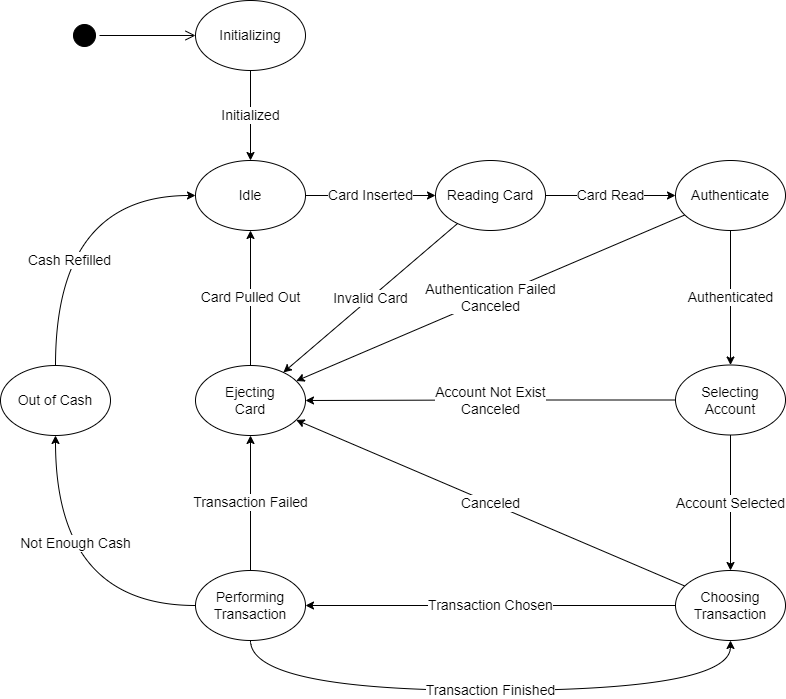
This is figures/AtmStateDiagram.png from siwook-choi/MyAtmMachine, a draw.io export, as it was before one commit. Source tidied: cells renumbered, new cells last; positions are measured from the earlier drawing's top-left corner, leaving out a move shared by most shapes.
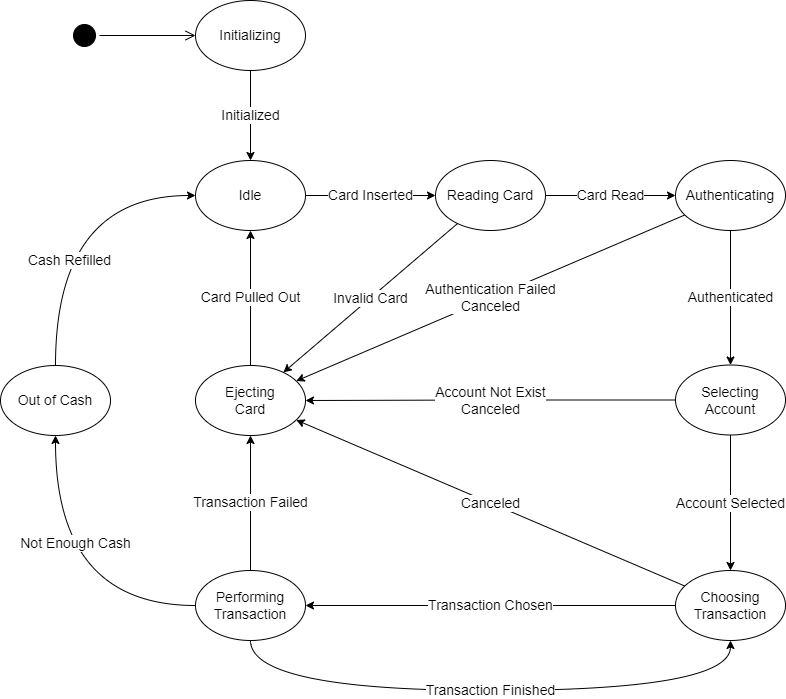
After the commit.

Change to the diagram source:
```diff
@@ -23,7 +23,7 @@
     <mxCell id="8" value="Authentication Failed&lt;br style=&quot;font-size: 14px&quot;&gt;Canceled" style="edgeStyle=none;rounded=0;jettySize=auto;html=1;fontSize=14;" parent="1" edge="1" source="9" target="17">
       <mxGeometry relative="1" as="geometry" />
     </mxCell>
-    <mxCell id="9" value="Authenticate" style="ellipse;whiteSpace=wrap;html=1;fontSize=14;" parent="1" vertex="1">
+    <mxCell id="9" value="Authenticating" style="ellipse;whiteSpace=wrap;html=1;fontSize=14;" parent="1" vertex="1">
       <mxGeometry x="675" y="160" width="110" height="70" as="geometry" />
     </mxCell>
     <mxCell id="10" value="Account Selected" style="edgeStyle=orthogonalEdgeStyle;rounded=0;jettySize=auto;html=1;fontSize=14;" parent="1" edge="1" source="12" target="15">
```
